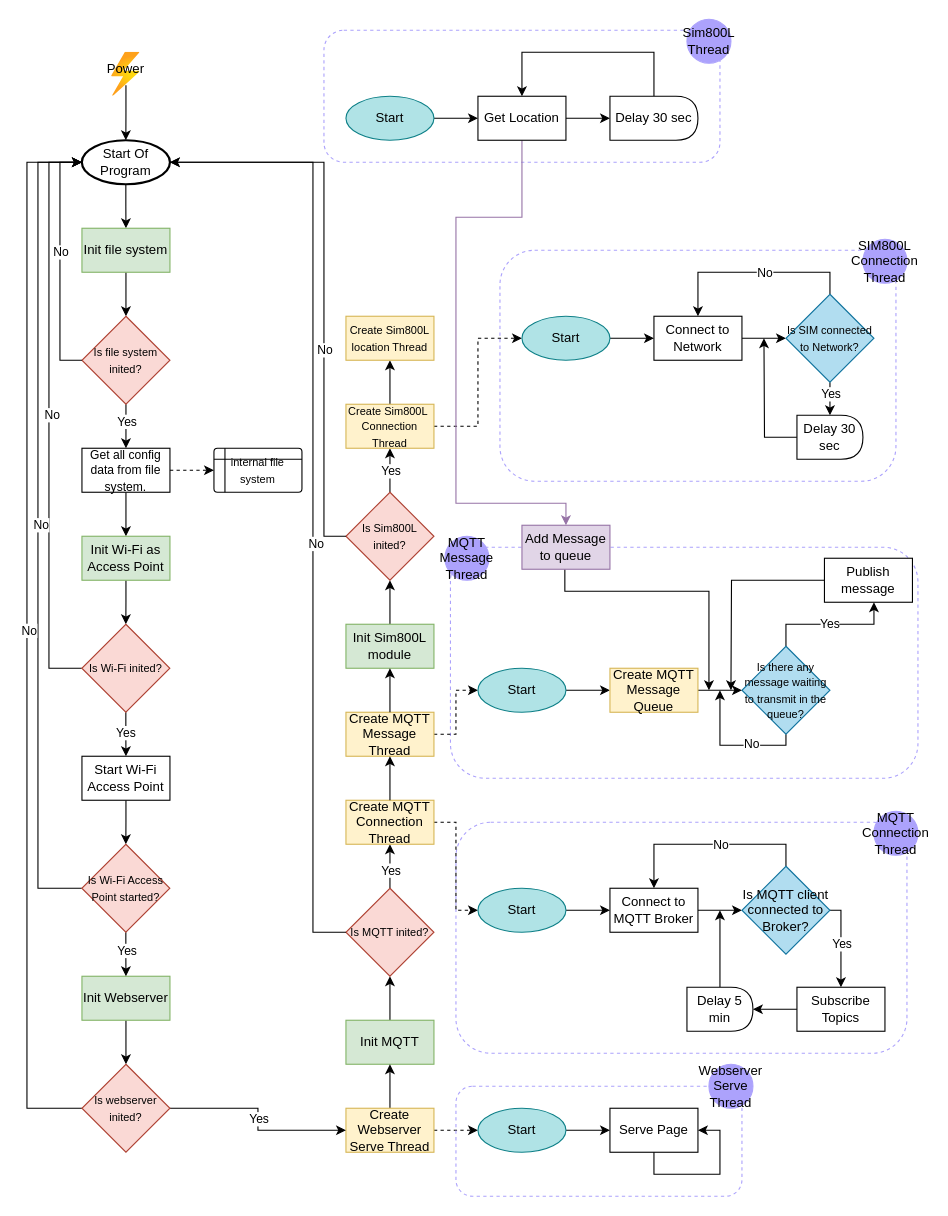
Mona-Roza/car_tracking keeps this draw.io diagram as embedded_app/docs/car_trackin_embedded.drawio. Above is the earlier version. Source tidied: cells renumbered, new cells numbered last; positions are measured from the earlier drawing's top-left corner, leaving out a move shared by most shapes. Both pictures are drawn from the tidied source at 110%, with x=0, y=0 at pixel (26, 19).
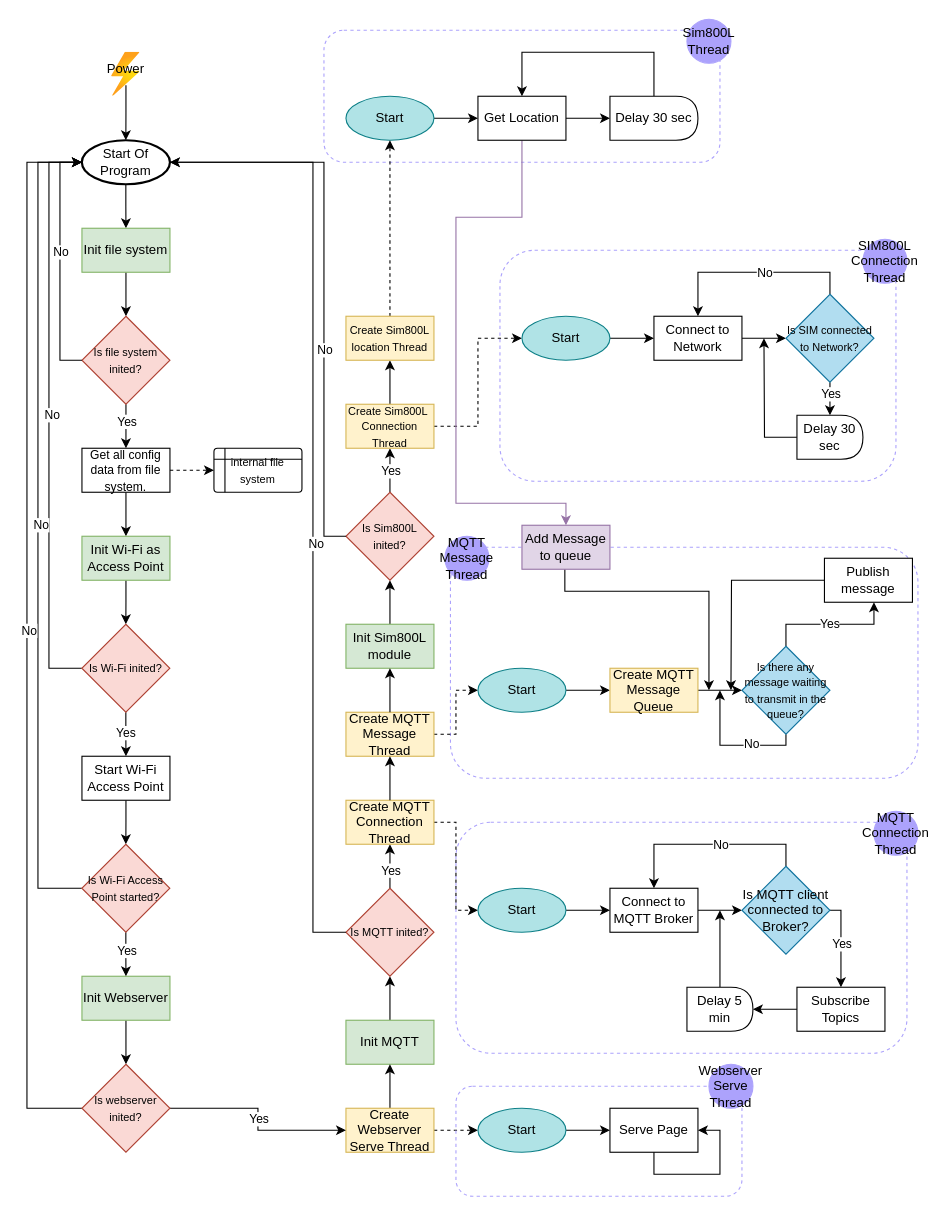
The same page after the edit.

The change refers to these unchanged cells:
```xml
<mxCell id="75" value="Start" style="ellipse;whiteSpace=wrap;html=1;fillColor=#b0e3e6;strokeColor=#0e8088;" parent="1" vertex="1">
  <mxGeometry x="290" y="70" width="80" height="40" as="geometry" />
</mxCell>
<mxCell id="91" value="&lt;font style=&quot;font-size: 10px;&quot;&gt;Create Sim800L location Thread&lt;/font&gt;" style="rounded=0;whiteSpace=wrap;html=1;fillColor=#fff2cc;strokeColor=#d6b656;" parent="1" vertex="1">
  <mxGeometry x="290" y="270" width="80" height="40" as="geometry" />
</mxCell>
```

What changed in the source:
```diff
@@
+    <mxCell id="123" style="edgeStyle=orthogonalEdgeStyle;rounded=0;jettySize=auto;html=1;exitX=0.5;exitY=0;exitDx=0;exitDy=0;entryX=0.5;entryY=1;entryDx=0;entryDy=0;dashed=1;" parent="1" edge="1" source="91" target="75">
+      <mxGeometry relative="1" as="geometry" />
+    </mxCell>
```
